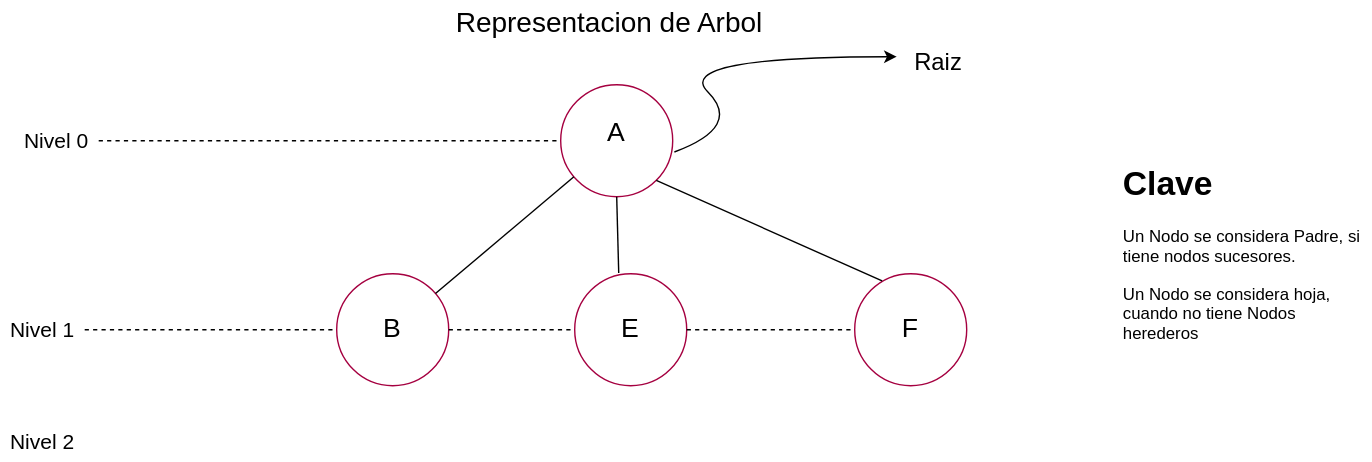
This is Estructura-de-datos/Arboles/Representacion.drawio.svg from Nordcode-cyber/Algoritmos-Estructdatos, a draw.io export, as it was before one commit. Source tidied: cells renumbered, new cells last; positions are measured from the earlier drawing's top-left corner, leaving out a move shared by most shapes.
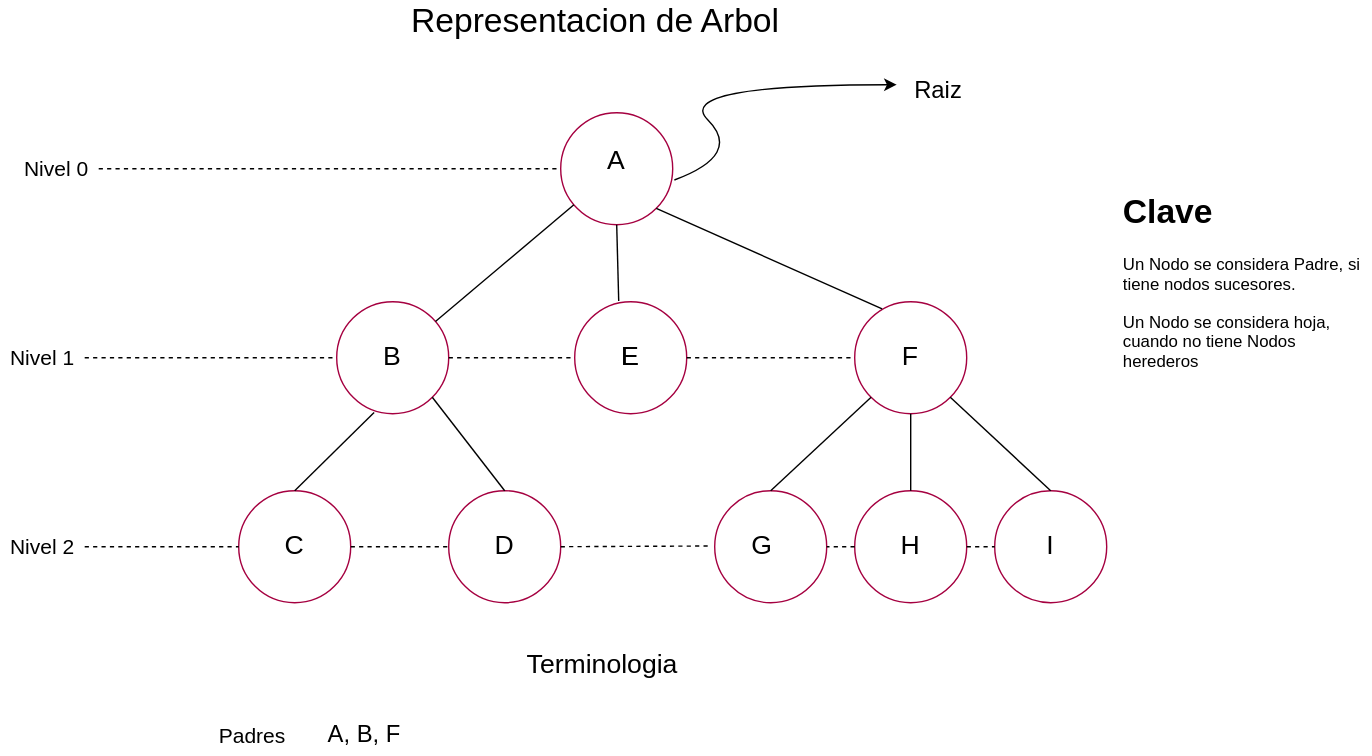
The same diagram one commit later.

The edit, as a diff of the source:
```diff
@@ -8,8 +8,8 @@
     <mxCell id="3" value="&lt;h1 style=&quot;margin-top: 0px;&quot;&gt;Clave&lt;/h1&gt;&lt;p&gt;Un &lt;font style=&quot;color: light-dark(rgb(0, 0, 0), rgb(255, 51, 51));&quot;&gt;Nodo&lt;/font&gt; se considera Padre, si tiene nodos sucesores.&lt;/p&gt;&lt;p&gt;Un &lt;font style=&quot;color: light-dark(rgb(0, 0, 0), rgb(255, 51, 51));&quot;&gt;Nodo&lt;/font&gt; se considera hoja, cuando no tiene Nodos herederos&lt;/p&gt;" style="text;html=1;whiteSpace=wrap;overflow=hidden;rounded=0;" parent="1" vertex="1">
       <mxGeometry x="800" y="110" width="180" height="150" as="geometry" />
     </mxCell>
-    <mxCell id="4" value="&lt;font style=&quot;font-size: 20px;&quot;&gt;Representacion de Arbol&lt;/font&gt;" style="text;html=1;align=center;verticalAlign=middle;whiteSpace=wrap;rounded=0;" parent="1" vertex="1">
-      <mxGeometry x="210" width="450" height="30" as="geometry" />
+    <mxCell id="4" value="&lt;font style=&quot;font-size: 24px;&quot;&gt;Representacion de Arbol&lt;/font&gt;" style="text;html=1;align=center;verticalAlign=middle;whiteSpace=wrap;rounded=0;" parent="1" vertex="1">
+      <mxGeometry x="200" y="-20" width="450" height="30" as="geometry" />
     </mxCell>
     <mxCell id="5" style="ellipse;whiteSpace=wrap;html=1;fillColor=none;fontColor=#ffffff;strokeColor=light-dark(#A50040,#FF0000);" parent="1" vertex="1">
       <mxGeometry x="400" y="60" width="80" height="80" as="geometry" />
@@ -72,7 +72,91 @@
       <mxGeometry relative="1" as="geometry" />
     </mxCell>
     <mxCell id="23" value="&lt;font style=&quot;font-size: 15px;&quot;&gt;Nivel 2&lt;/font&gt;" style="text;html=1;align=center;verticalAlign=middle;whiteSpace=wrap;rounded=0;" parent="1" vertex="1">
-      <mxGeometry y="300" width="60" height="30" as="geometry" />
+      <mxGeometry y="355" width="60" height="30" as="geometry" />
     </mxCell>
+    <mxCell id="24" style="ellipse;whiteSpace=wrap;html=1;fillColor=none;fontColor=#ffffff;strokeColor=light-dark(#A50040,#FF0000);" parent="1" vertex="1">
+      <mxGeometry x="170" y="330" width="80" height="80" as="geometry" />
+    </mxCell>
+    <mxCell id="25" style="ellipse;whiteSpace=wrap;html=1;fillColor=none;fontColor=#ffffff;strokeColor=light-dark(#A50040,#FF0000);" parent="1" vertex="1">
+      <mxGeometry x="320" y="330" width="80" height="80" as="geometry" />
+    </mxCell>
+    <mxCell id="26" style="ellipse;whiteSpace=wrap;html=1;fillColor=none;fontColor=#ffffff;strokeColor=light-dark(#A50040,#FF0000);" parent="1" vertex="1">
+      <mxGeometry x="510" y="330" width="80" height="80" as="geometry" />
+    </mxCell>
+    <mxCell id="27" style="ellipse;whiteSpace=wrap;html=1;fillColor=none;fontColor=#ffffff;strokeColor=light-dark(#A50040,#FF0000);" parent="1" vertex="1">
+      <mxGeometry x="610" y="330" width="80" height="80" as="geometry" />
+    </mxCell>
+    <mxCell id="28" style="ellipse;whiteSpace=wrap;html=1;fillColor=none;fontColor=#ffffff;strokeColor=light-dark(#A50040,#FF0000);" parent="1" vertex="1">
+      <mxGeometry x="710" y="330" width="80" height="80" as="geometry" />
+    </mxCell>
+    <mxCell id="29" style="endArrow=none;html=1;strokeColor=light-dark(#000000,#FF0000);entryX=0.334;entryY=0.989;entryDx=0;entryDy=0;entryPerimeter=0;exitX=0.5;exitY=0;exitDx=0;exitDy=0;" parent="1" edge="1" source="24" target="14">
+      <mxGeometry relative="1" as="geometry" />
+    </mxCell>
+    <mxCell id="30" style="endArrow=none;html=1;strokeColor=light-dark(#000000,#FF0000);entryX=1;entryY=1;entryDx=0;entryDy=0;exitX=0.5;exitY=0;exitDx=0;exitDy=0;" parent="1" edge="1" source="25" target="14">
+      <mxGeometry relative="1" as="geometry" />
+    </mxCell>
+    <mxCell id="31" style="endArrow=none;html=1;strokeColor=light-dark(#000000,#FF0000);entryX=0;entryY=1;entryDx=0;entryDy=0;exitX=0.5;exitY=0;exitDx=0;exitDy=0;" parent="1" edge="1" source="26" target="12">
+      <mxGeometry relative="1" as="geometry" />
+    </mxCell>
+    <mxCell id="32" style="endArrow=none;html=1;strokeColor=light-dark(#000000,#FF0000);exitX=0.5;exitY=0;exitDx=0;exitDy=0;" parent="1" edge="1" source="27" target="12">
+      <mxGeometry relative="1" as="geometry" />
+    </mxCell>
+    <mxCell id="33" style="endArrow=none;html=1;strokeColor=light-dark(#000000,#FF0000);entryX=1;entryY=1;entryDx=0;entryDy=0;exitX=0.5;exitY=0;exitDx=0;exitDy=0;" parent="1" edge="1" source="28" target="12">
+      <mxGeometry relative="1" as="geometry" />
+    </mxCell>
+    <mxCell id="34" value="&lt;font style=&quot;font-size: 19px; color: light-dark(rgb(0, 0, 0), rgb(255, 0, 0));&quot;&gt;C&lt;/font&gt;" style="text;html=1;align=center;verticalAlign=middle;whiteSpace=wrap;rounded=0;" parent="1" vertex="1">
+      <mxGeometry x="180" y="355" width="60" height="30" as="geometry" />
+    </mxCell>
+    <mxCell id="35" value="&lt;font style=&quot;font-size: 19px; color: light-dark(rgb(0, 0, 0), rgb(255, 0, 0));&quot;&gt;D&lt;/font&gt;" style="text;html=1;align=center;verticalAlign=middle;whiteSpace=wrap;rounded=0;" parent="1" vertex="1">
+      <mxGeometry x="330" y="355" width="60" height="30" as="geometry" />
+    </mxCell>
+    <mxCell id="36" value="&lt;font style=&quot;font-size: 19px; color: light-dark(rgb(0, 0, 0), rgb(255, 0, 0));&quot;&gt;E&lt;/font&gt;" style="text;html=1;align=center;verticalAlign=middle;whiteSpace=wrap;rounded=0;" parent="1" vertex="1">
+      <mxGeometry x="420" y="220" width="60" height="30" as="geometry" />
+    </mxCell>
+    <mxCell id="37" value="&lt;font style=&quot;font-size: 19px; color: light-dark(rgb(0, 0, 0), rgb(255, 0, 0));&quot;&gt;G&lt;/font&gt;" style="text;html=1;align=center;verticalAlign=middle;whiteSpace=wrap;rounded=0;" parent="1" vertex="1">
+      <mxGeometry x="514" y="355" width="60" height="30" as="geometry" />
+    </mxCell>
+    <mxCell id="38" value="&lt;font style=&quot;font-size: 19px; color: light-dark(rgb(0, 0, 0), rgb(255, 0, 0));&quot;&gt;H&lt;/font&gt;" style="text;html=1;align=center;verticalAlign=middle;whiteSpace=wrap;rounded=0;" parent="1" vertex="1">
+      <mxGeometry x="620" y="355" width="60" height="30" as="geometry" />
+    </mxCell>
+    <mxCell id="39" value="&lt;font style=&quot;font-size: 19px; color: light-dark(rgb(0, 0, 0), rgb(255, 0, 0));&quot;&gt;I&lt;/font&gt;" style="text;html=1;align=center;verticalAlign=middle;whiteSpace=wrap;rounded=0;" parent="1" vertex="1">
+      <mxGeometry x="720" y="355" width="60" height="30" as="geometry" />
+    </mxCell>
+    <mxCell id="40" style="endArrow=none;dashed=1;html=1;exitX=1;exitY=0.5;exitDx=0;exitDy=0;" parent="1" edge="1" source="25">
+      <mxGeometry relative="1" as="geometry">
+        <mxPoint x="505" y="369.5" as="targetPoint" />
+      </mxGeometry>
+    </mxCell>
+    <mxCell id="41" style="endArrow=none;dashed=1;html=1;" parent="1" edge="1">
+      <mxGeometry relative="1" as="geometry">
+        <mxPoint x="440" y="480" as="sourcePoint" />
+        <mxPoint x="440" y="480" as="targetPoint" />
+      </mxGeometry>
+    </mxCell>
+    <mxCell id="42" style="endArrow=none;dashed=1;html=1;entryX=0;entryY=0.5;entryDx=0;entryDy=0;" parent="1" edge="1" target="25">
+      <mxGeometry relative="1" as="geometry">
+        <mxPoint x="250" y="370" as="sourcePoint" />
+      </mxGeometry>
+    </mxCell>
+    <mxCell id="43" style="endArrow=none;dashed=1;html=1;entryX=1;entryY=0.5;entryDx=0;entryDy=0;" parent="1" edge="1" target="26">
+      <mxGeometry relative="1" as="geometry">
+        <mxPoint x="610" y="370" as="sourcePoint" />
+      </mxGeometry>
+    </mxCell>
+    <mxCell id="44" style="endArrow=none;dashed=1;html=1;entryX=0;entryY=0.5;entryDx=0;entryDy=0;exitX=1;exitY=0.5;exitDx=0;exitDy=0;" parent="1" edge="1" source="27" target="28">
+      <mxGeometry relative="1" as="geometry" />
+    </mxCell>
+    <mxCell id="45" style="endArrow=none;dashed=1;html=1;entryX=0;entryY=0.5;entryDx=0;entryDy=0;exitX=1;exitY=0.5;exitDx=0;exitDy=0;" parent="1" edge="1" source="23" target="24">
+      <mxGeometry relative="1" as="geometry" />
+    </mxCell>
+    <mxCell id="46" value="&lt;font style=&quot;font-size: 19px;&quot;&gt;Terminologia&lt;/font&gt;" style="text;html=1;align=center;verticalAlign=middle;whiteSpace=wrap;rounded=0;" parent="1" vertex="1">
+      <mxGeometry x="380" y="440" width="100" height="30" as="geometry" />
+    </mxCell>
+    <mxCell id="47" value="&lt;font style=&quot;font-size: 15px;&quot;&gt;Padres&lt;/font&gt;" style="text;html=1;align=center;verticalAlign=middle;whiteSpace=wrap;rounded=0;" parent="1" vertex="1">
+      <mxGeometry x="150" y="490" width="60" height="30" as="geometry" />
+    </mxCell>
+    <mxCell id="48" value="&lt;font style=&quot;font-size: 17px;&quot;&gt;A, B, F&lt;/font&gt;" style="text;html=1;align=center;verticalAlign=middle;whiteSpace=wrap;rounded=0;" parent="1" vertex="1">
+      <mxGeometry x="230" y="490" width="60" height="30" as="geometry" />
+    </mxCell>
   </root>
 </mxGraphModel>
```
